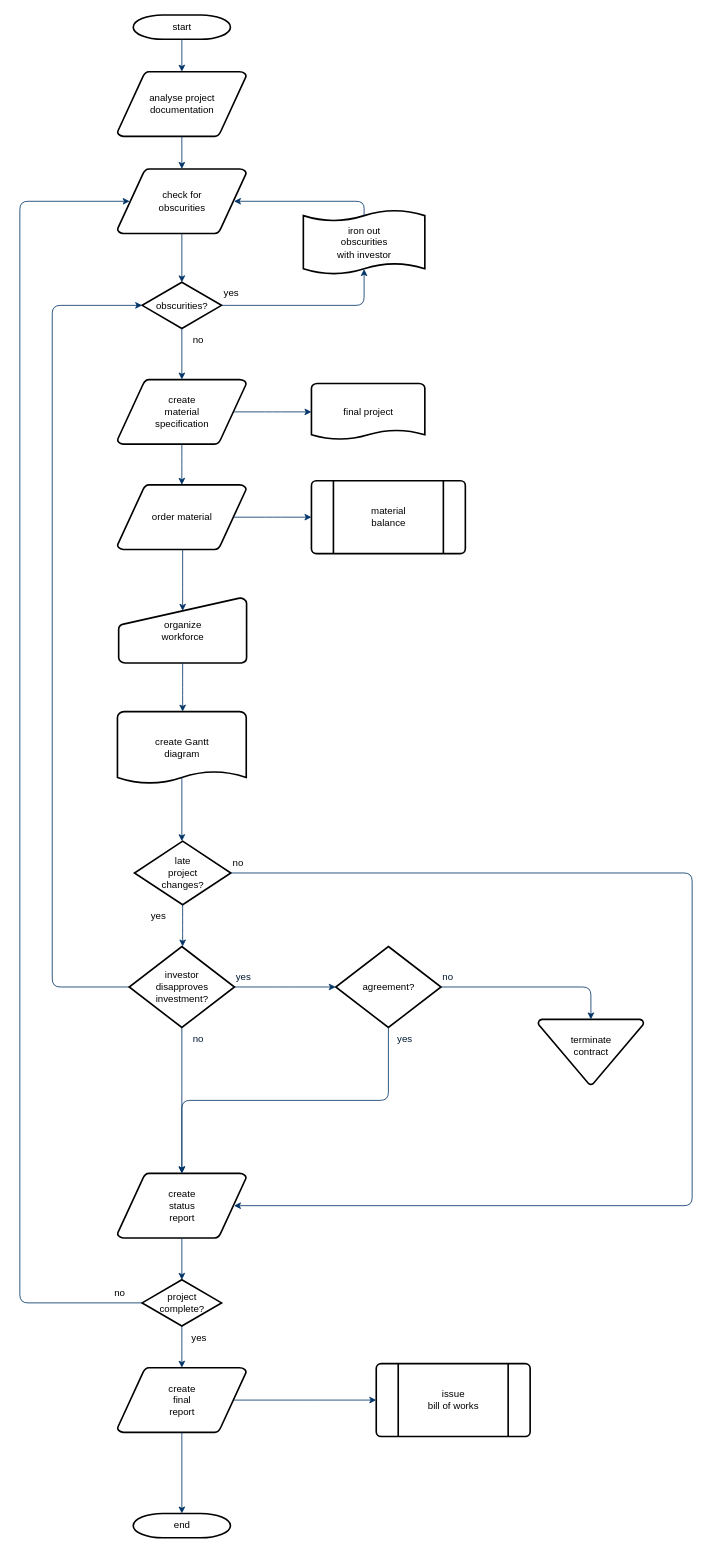
Above: 答辩1.drawio in WYZSamurai/Drawio (draw.io), before the change. Source tidied: cells renumbered, new cells numbered last; positions are measured from the earlier drawing's top-left corner, leaving out a move shared by most shapes. Both pictures are drawn from the tidied source at 81%, with x=0, y=0 at pixel (19, 15).
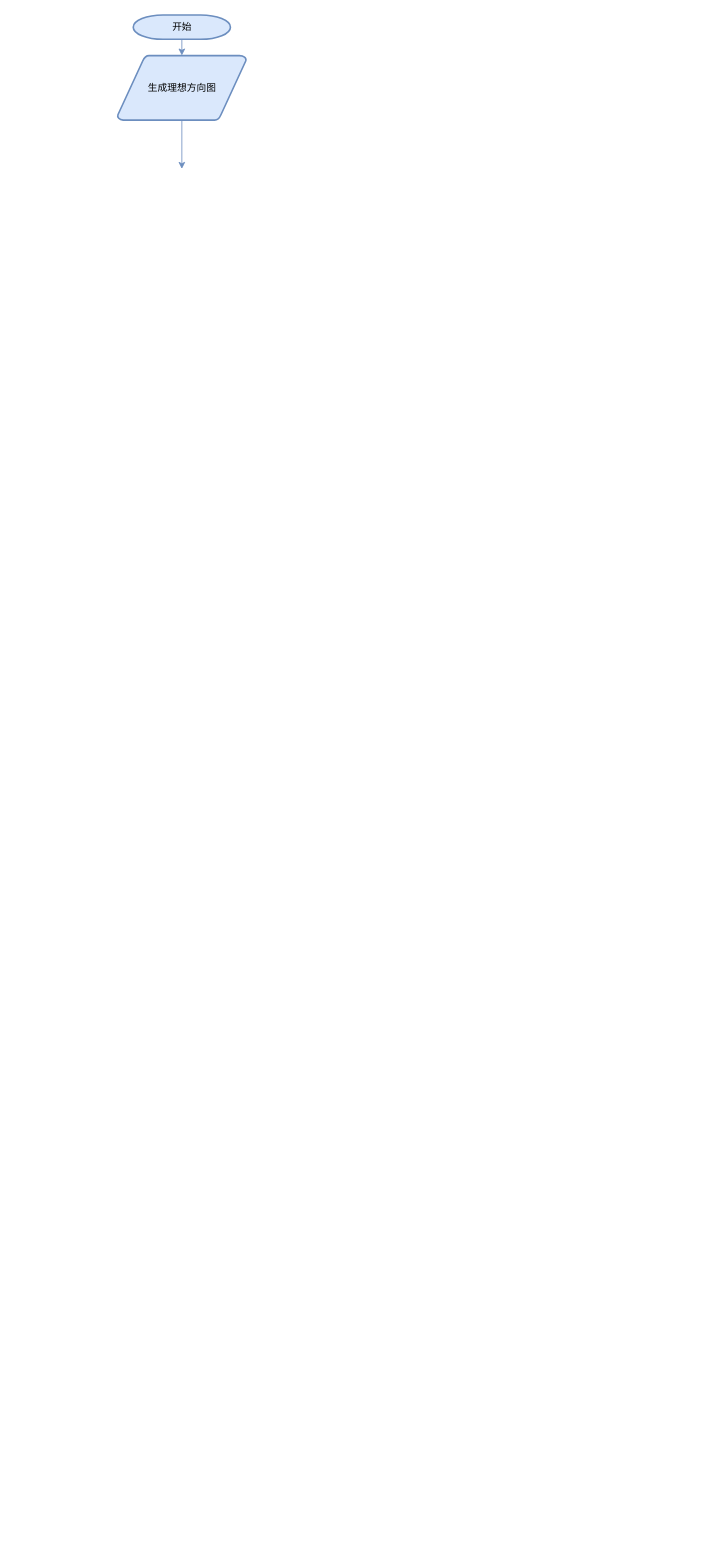
Above is the later version.

Diff of the diagram source:
```diff
@@
-    <mxCell id="2" value="start" style="shape=mxgraph.flowchart.terminator;strokeWidth=2;gradientColor=none;gradientDirection=north;fontStyle=0;html=1;" parent="1" vertex="1">
+    <mxCell id="2" value="&lt;font face=&quot;微软雅黑&quot;&gt;开始&lt;/font&gt;" style="shape=mxgraph.flowchart.terminator;strokeWidth=2;gradientDirection=north;fontStyle=0;html=1;fillColor=#dae8fc;strokeColor=#6c8ebf;" parent="1" vertex="1">
       <mxGeometry x="140" width="120" height="30" as="geometry" />
     </mxCell>
-    <mxCell id="3" value="analyse project&#10; documentation" style="shape=mxgraph.flowchart.data;strokeWidth=2;gradientColor=none;gradientDirection=north;fontStyle=0;html=1;" parent="1" vertex="1">
-      <mxGeometry x="120.5" y="70" width="159" height="80" as="geometry" />
+    <mxCell id="3" value="&lt;font face=&quot;微软雅黑&quot;&gt;生成理想方向图&lt;/font&gt;" style="shape=mxgraph.flowchart.data;strokeWidth=2;gradientDirection=north;fontStyle=0;html=1;fillColor=#dae8fc;strokeColor=#6c8ebf;" parent="1" vertex="1">
+      <mxGeometry x="120.5" y="50" width="159" height="80" as="geometry" />
     </mxCell>
-    <mxCell id="4" value="create&#10;material&#10;specification" style="shape=mxgraph.flowchart.data;strokeWidth=2;gradientColor=none;gradientDirection=north;fontStyle=0;html=1;" parent="1" vertex="1">
-      <mxGeometry x="120.5" y="450" width="159" height="80" as="geometry" />
-    </mxCell>
-    <mxCell id="5" value="check for&#10;obscurities" style="shape=mxgraph.flowchart.data;strokeWidth=2;gradientColor=none;gradientDirection=north;fontStyle=0;html=1;" parent="1" vertex="1">
-      <mxGeometry x="120.5" y="190" width="159" height="80" as="geometry" />
-    </mxCell>
-    <mxCell id="6" value="obscurities?" style="shape=mxgraph.flowchart.decision;strokeWidth=2;gradientColor=none;gradientDirection=north;fontStyle=0;html=1;" parent="1" vertex="1">
-      <mxGeometry x="151" y="330" width="98" height="57" as="geometry" />
-    </mxCell>
-    <mxCell id="7" style="fontStyle=1;strokeColor=#003366;strokeWidth=1;html=1;" parent="1" edge="1" source="2" target="3">
+    <mxCell id="7" style="fontStyle=1;strokeColor=#6c8ebf;strokeWidth=1;html=1;fillColor=#dae8fc;" parent="1" edge="1" source="2" target="3">
       <mxGeometry relative="1" as="geometry" />
     </mxCell>
-    <mxCell id="8" style="fontStyle=1;strokeColor=#003366;strokeWidth=1;html=1;" parent="1" edge="1" source="3" target="5">
-      <mxGeometry relative="1" as="geometry" />
+    <mxCell id="8" style="fontStyle=1;strokeColor=#6c8ebf;strokeWidth=1;html=1;fillColor=#dae8fc;" parent="1" edge="1" source="3">
+      <mxGeometry relative="1" as="geometry">
+        <mxPoint x="200" y="190" as="targetPoint" />
+      </mxGeometry>
     </mxCell>
-    <mxCell id="9" style="entryX=0.5;entryY=0;entryPerimeter=0;fontStyle=1;strokeColor=#003366;strokeWidth=1;html=1;" parent="1" edge="1" source="5" target="6">
-      <mxGeometry relative="1" as="geometry" />
-    </mxCell>
-    <mxCell id="10" style="edgeStyle=elbowEdgeStyle;elbow=horizontal;entryX=0.5;entryY=0.91;entryPerimeter=0;exitX=1;exitY=0.5;exitPerimeter=0;fontStyle=1;strokeColor=#003366;strokeWidth=1;html=1;" parent="1" edge="1" source="6" target="51">
-      <mxGeometry x="381" y="28.5" as="geometry">
-        <Array as="points">
-          <mxPoint x="425" y="340" />
-        </Array>
-      </mxGeometry>
-    </mxCell>
-    <mxCell id="11" value="yes" style="text;fontStyle=0;html=1;strokeColor=none;gradientColor=none;fillColor=none;strokeWidth=2;" parent="1" vertex="1">
-      <mxGeometry x="250" y="330" width="40" height="26" as="geometry" />
-    </mxCell>
-    <mxCell id="12" style="edgeStyle=elbowEdgeStyle;elbow=horizontal;fontColor=#001933;fontStyle=1;strokeColor=#003366;strokeWidth=1;html=1;" parent="1" edge="1" source="6" target="4">
-      <mxGeometry as="geometry" />
-    </mxCell>
-    <mxCell id="13" value="order material" style="shape=mxgraph.flowchart.data;strokeWidth=2;gradientColor=none;gradientDirection=north;fontStyle=0;html=1;" parent="1" vertex="1">
-      <mxGeometry x="120.5" y="580" width="159" height="80" as="geometry" />
-    </mxCell>
-    <mxCell id="14" value="no" style="text;fontStyle=0;html=1;strokeColor=none;gradientColor=none;fillColor=none;strokeWidth=2;align=center;" parent="1" vertex="1">
-      <mxGeometry x="200" y="387" width="40" height="26" as="geometry" />
-    </mxCell>
-    <mxCell id="15" value="final project" style="shape=mxgraph.flowchart.document;strokeWidth=2;gradientColor=none;gradientDirection=north;fontStyle=0;html=1;" parent="1" vertex="1">
-      <mxGeometry x="360" y="455" width="140" height="70" as="geometry" />
-    </mxCell>
-    <mxCell id="16" style="edgeStyle=elbowEdgeStyle;elbow=horizontal;exitX=0.905;exitY=0.5;exitPerimeter=0;fontStyle=1;strokeColor=#003366;strokeWidth=1;html=1;" parent="1" edge="1" source="4" target="15">
-      <mxGeometry as="geometry" />
-    </mxCell>
-    <mxCell id="17" style="edgeStyle=elbowEdgeStyle;elbow=horizontal;fontStyle=1;strokeColor=#003366;strokeWidth=1;html=1;" parent="1" edge="1" source="4" target="13">
-      <mxGeometry as="geometry" />
-    </mxCell>
-    <mxCell id="18" value="material&#10;balance" style="shape=mxgraph.flowchart.predefined_process;strokeWidth=2;gradientColor=none;gradientDirection=north;fontStyle=0;html=1;" parent="1" vertex="1">
-      <mxGeometry x="360" y="575" width="190" height="90" as="geometry" />
-    </mxCell>
-    <mxCell id="19" style="edgeStyle=elbowEdgeStyle;elbow=horizontal;exitX=0.905;exitY=0.5;exitPerimeter=0;fontStyle=1;strokeColor=#003366;strokeWidth=1;html=1;" parent="1" edge="1" source="13" target="18">
-      <mxGeometry as="geometry" />
-    </mxCell>
-    <mxCell id="20" value="organize &#10;workforce" style="shape=mxgraph.flowchart.manual_input;strokeWidth=2;gradientColor=none;gradientDirection=north;fontStyle=0;html=1;" parent="1" vertex="1">
-      <mxGeometry x="122" y="720" width="158" height="80" as="geometry" />
-    </mxCell>
-    <mxCell id="21" style="edgeStyle=elbowEdgeStyle;elbow=horizontal;entryX=0.5;entryY=0.195;entryPerimeter=0;fontStyle=1;strokeColor=#003366;strokeWidth=1;html=1;" parent="1" edge="1" source="13" target="20">
-      <mxGeometry as="geometry" />
-    </mxCell>
-    <mxCell id="22" value="create Gantt&#10;diagram" style="shape=mxgraph.flowchart.document;strokeWidth=2;gradientColor=none;gradientDirection=north;fontStyle=0;html=1;" parent="1" vertex="1">
-      <mxGeometry x="120.5" y="860" width="159" height="90" as="geometry" />
-    </mxCell>
-    <mxCell id="23" style="edgeStyle=elbowEdgeStyle;elbow=horizontal;exitX=0.5;exitY=1;exitPerimeter=0;fontStyle=1;strokeColor=#003366;strokeWidth=1;html=1;" parent="1" edge="1" source="20" target="22">
-      <mxGeometry as="geometry" />
-    </mxCell>
-    <mxCell id="24" value="late&#10;project&#10;changes?" style="shape=mxgraph.flowchart.decision;strokeWidth=2;gradientColor=none;gradientDirection=north;fontStyle=0;html=1;" parent="1" vertex="1">
-      <mxGeometry x="141.5" y="1020" width="119" height="78.5" as="geometry" />
-    </mxCell>
-    <mxCell id="25" style="edgeStyle=elbowEdgeStyle;elbow=horizontal;exitX=0.5;exitY=0.9;exitPerimeter=0;fontStyle=1;strokeColor=#003366;strokeWidth=1;html=1;" parent="1" edge="1" source="22" target="24">
-      <mxGeometry as="geometry" />
-    </mxCell>
-    <mxCell id="26" style="edgeStyle=elbowEdgeStyle;elbow=horizontal;exitX=0;exitY=0.5;exitPerimeter=0;entryX=0;entryY=0.5;entryPerimeter=0;fontStyle=1;strokeColor=#003366;strokeWidth=1;html=1;" parent="1" edge="1" source="28" target="6">
-      <mxGeometry as="geometry">
-        <Array as="points">
-          <mxPoint x="40" y="790" />
-        </Array>
-      </mxGeometry>
-    </mxCell>
-    <mxCell id="27" value="yes" style="text;fontStyle=0;html=1;strokeColor=none;gradientColor=none;fillColor=none;strokeWidth=2;" parent="1" vertex="1">
-      <mxGeometry x="160" y="1098.5" width="40" height="26" as="geometry" />
-    </mxCell>
-    <mxCell id="28" value="investor&#10;disapproves&#10; investment?" style="shape=mxgraph.flowchart.decision;strokeWidth=2;gradientColor=none;gradientDirection=north;fontStyle=0;html=1;" parent="1" vertex="1">
-      <mxGeometry x="135" y="1150" width="130" height="100" as="geometry" />
-    </mxCell>
-    <mxCell id="29" value="agreement?" style="shape=mxgraph.flowchart.decision;strokeWidth=2;gradientColor=none;gradientDirection=north;fontStyle=0;html=1;" parent="1" vertex="1">
-      <mxGeometry x="390" y="1150" width="130" height="100" as="geometry" />
-    </mxCell>
-    <mxCell id="30" style="edgeStyle=elbowEdgeStyle;elbow=horizontal;exitX=0.5;exitY=1;exitPerimeter=0;fontStyle=1;strokeColor=#003366;strokeWidth=1;html=1;" parent="1" edge="1" source="24" target="28">
-      <mxGeometry as="geometry" />
-    </mxCell>
-    <mxCell id="31" style="edgeStyle=elbowEdgeStyle;elbow=horizontal;exitX=1;exitY=0.5;exitPerimeter=0;entryX=0;entryY=0.5;entryPerimeter=0;fontStyle=1;strokeColor=#003366;strokeWidth=1;html=1;" parent="1" edge="1" source="28" target="29">
-      <mxGeometry as="geometry" />
-    </mxCell>
-    <mxCell id="32" value="terminate&#10;contract&#10;" style="shape=mxgraph.flowchart.merge_or_storage;strokeWidth=2;gradientColor=none;gradientDirection=north;fontStyle=0;html=1;" parent="1" vertex="1">
-      <mxGeometry x="640" y="1240" width="130" height="80.5" as="geometry" />
-    </mxCell>
-    <mxCell id="33" style="edgeStyle=elbowEdgeStyle;elbow=vertical;exitX=1;exitY=0.5;exitPerimeter=0;entryX=0.5;entryY=0;entryPerimeter=0;fontStyle=1;strokeColor=#003366;strokeWidth=1;html=1;" parent="1" edge="1" source="29" target="32">
-      <mxGeometry as="geometry">
-        <Array as="points">
-          <mxPoint x="620" y="1200" />
-        </Array>
-      </mxGeometry>
-    </mxCell>
-    <mxCell id="34" value="create&#10;status&#10;report" style="shape=mxgraph.flowchart.data;strokeWidth=2;gradientColor=none;gradientDirection=north;fontStyle=0;html=1;" parent="1" vertex="1">
-      <mxGeometry x="120.5" y="1430" width="159" height="80" as="geometry" />
-    </mxCell>
-    <mxCell id="35" style="edgeStyle=elbowEdgeStyle;elbow=vertical;exitX=0.5;exitY=1;exitPerimeter=0;fontColor=#001933;fontStyle=1;strokeColor=#003366;strokeWidth=1;html=1;" parent="1" edge="1" source="28" target="34">
-      <mxGeometry as="geometry" />
-    </mxCell>
-    <mxCell id="36" style="edgeStyle=elbowEdgeStyle;elbow=vertical;exitX=0.5;exitY=1;exitPerimeter=0;entryX=0.5;entryY=0;entryPerimeter=0;fontStyle=1;strokeColor=#003366;strokeWidth=1;html=1;" parent="1" edge="1" source="29" target="34">
-      <mxGeometry as="geometry" />
-    </mxCell>
-    <mxCell id="37" value="project&#10;complete?" style="shape=mxgraph.flowchart.decision;strokeWidth=2;gradientColor=none;gradientDirection=north;fontStyle=0;html=1;" parent="1" vertex="1">
-      <mxGeometry x="151" y="1561.5" width="98" height="57" as="geometry" />
-    </mxCell>
-    <mxCell id="38" value="create&#10;final&#10;report" style="shape=mxgraph.flowchart.data;strokeWidth=2;gradientColor=none;gradientDirection=north;fontStyle=0;html=1;" parent="1" vertex="1">
-      <mxGeometry x="120.5" y="1670" width="159" height="80" as="geometry" />
-    </mxCell>
-    <mxCell id="39" value="issue&#10;bill of works" style="shape=mxgraph.flowchart.predefined_process;strokeWidth=2;gradientColor=none;gradientDirection=north;fontStyle=0;html=1;" parent="1" vertex="1">
-      <mxGeometry x="440" y="1665" width="190" height="90" as="geometry" />
-    </mxCell>
-    <mxCell id="40" value="end" style="shape=mxgraph.flowchart.terminator;strokeWidth=2;gradientColor=none;gradientDirection=north;fontStyle=0;html=1;" parent="1" vertex="1">
-      <mxGeometry x="140" y="1850" width="120" height="30" as="geometry" />
-    </mxCell>
-    <mxCell id="41" style="edgeStyle=elbowEdgeStyle;elbow=vertical;exitX=0.5;exitY=1;exitPerimeter=0;entryX=0.5;entryY=0;entryPerimeter=0;fontStyle=1;strokeColor=#003366;strokeWidth=1;html=1;" parent="1" edge="1" source="34" target="37">
-      <mxGeometry as="geometry" />
-    </mxCell>
-    <mxCell id="42" style="edgeStyle=elbowEdgeStyle;elbow=vertical;exitX=0.5;exitY=1;exitPerimeter=0;entryX=0.5;entryY=0;entryPerimeter=0;fontStyle=1;strokeColor=#003366;strokeWidth=1;html=1;" parent="1" edge="1" source="37" target="38">
-      <mxGeometry as="geometry" />
-    </mxCell>
-    <mxCell id="43" style="edgeStyle=elbowEdgeStyle;elbow=vertical;exitX=0.5;exitY=1;exitPerimeter=0;entryX=0.5;entryY=0;entryPerimeter=0;fontStyle=1;strokeColor=#003366;strokeWidth=1;html=1;" parent="1" edge="1" source="38" target="40">
-      <mxGeometry as="geometry" />
-    </mxCell>
-    <mxCell id="44" style="edgeStyle=elbowEdgeStyle;elbow=vertical;exitX=0.905;exitY=0.5;exitPerimeter=0;entryX=0;entryY=0.5;entryPerimeter=0;fontStyle=1;strokeColor=#003366;strokeWidth=1;html=1;" parent="1" edge="1" source="38" target="39">
-      <mxGeometry as="geometry" />
-    </mxCell>
-    <mxCell id="45" style="edgeStyle=elbowEdgeStyle;elbow=horizontal;exitX=1;exitY=0.5;exitPerimeter=0;entryX=0.905;entryY=0.5;entryPerimeter=0;fontStyle=1;strokeColor=#003366;strokeWidth=1;html=1;" parent="1" edge="1" source="24" target="34">
-      <mxGeometry as="geometry">
-        <Array as="points">
-          <mxPoint x="830" y="1260" />
-        </Array>
-      </mxGeometry>
-    </mxCell>
-    <mxCell id="46" value="no" style="text;fontStyle=0;html=1;strokeColor=none;gradientColor=none;fillColor=none;strokeWidth=2;" parent="1" vertex="1">
-      <mxGeometry x="260.5" y="1033.2" width="40" height="26" as="geometry" />
-    </mxCell>
-    <mxCell id="47" value="yes" style="text;fontColor=#001933;fontStyle=0;html=1;strokeColor=none;gradientColor=none;fillColor=none;strokeWidth=2;" parent="1" vertex="1">
-      <mxGeometry x="265" y="1174" width="40" height="26" as="geometry" />
-    </mxCell>
-    <mxCell id="48" value="no" style="text;fontColor=#001933;fontStyle=0;html=1;strokeColor=none;gradientColor=none;fillColor=none;strokeWidth=2;align=center;" parent="1" vertex="1">
-      <mxGeometry x="200" y="1250" width="40" height="26" as="geometry" />
-    </mxCell>
-    <mxCell id="49" value="yes" style="text;fontColor=#001933;fontStyle=0;html=1;strokeColor=none;gradientColor=none;fillColor=none;strokeWidth=2;align=center;" parent="1" vertex="1">
-      <mxGeometry x="455" y="1250" width="40" height="26" as="geometry" />
-    </mxCell>
-    <mxCell id="50" value="no" style="text;fontColor=#001933;fontStyle=0;html=1;strokeColor=none;gradientColor=none;fillColor=none;strokeWidth=2;" parent="1" vertex="1">
-      <mxGeometry x="520" y="1174" width="40" height="26" as="geometry" />
-    </mxCell>
-    <mxCell id="51" value="iron out&#10;obscurities &#10;with investor" style="shape=mxgraph.flowchart.paper_tape;strokeWidth=2;gradientColor=none;gradientDirection=north;fontStyle=0;html=1;" parent="1" vertex="1">
-      <mxGeometry x="350" y="240" width="150" height="81" as="geometry" />
-    </mxCell>
-    <mxCell id="52" style="edgeStyle=elbowEdgeStyle;elbow=horizontal;exitX=0.5;exitY=0.09;exitPerimeter=0;entryX=0.905;entryY=0.5;entryPerimeter=0;fontStyle=1;strokeColor=#003366;strokeWidth=1;html=1;" parent="1" edge="1" source="51" target="5">
-      <mxGeometry as="geometry">
-        <Array as="points">
-          <mxPoint x="425" y="240" />
-        </Array>
-      </mxGeometry>
-    </mxCell>
-    <mxCell id="53" value="yes" style="text;fontStyle=0;html=1;strokeColor=none;gradientColor=none;fillColor=none;strokeWidth=2;align=center;" parent="1" vertex="1">
-      <mxGeometry x="201" y="1620" width="40" height="26" as="geometry" />
-    </mxCell>
-    <mxCell id="54" style="edgeStyle=elbowEdgeStyle;elbow=horizontal;exitX=0;exitY=0.5;exitPerimeter=0;entryX=0.095;entryY=0.5;entryPerimeter=0;fontStyle=1;strokeColor=#003366;strokeWidth=1;html=1;" parent="1" edge="1" source="37" target="5">
-      <mxGeometry as="geometry">
-        <Array as="points">
-          <mxPoint y="910" />
-        </Array>
-      </mxGeometry>
-    </mxCell>
-    <mxCell id="55" value="no" style="text;fontStyle=0;html=1;strokeColor=none;gradientColor=none;fillColor=none;strokeWidth=2;" parent="1" vertex="1">
-      <mxGeometry x="115" y="1564" width="40" height="26" as="geometry" />
-    </mxCell>
```
